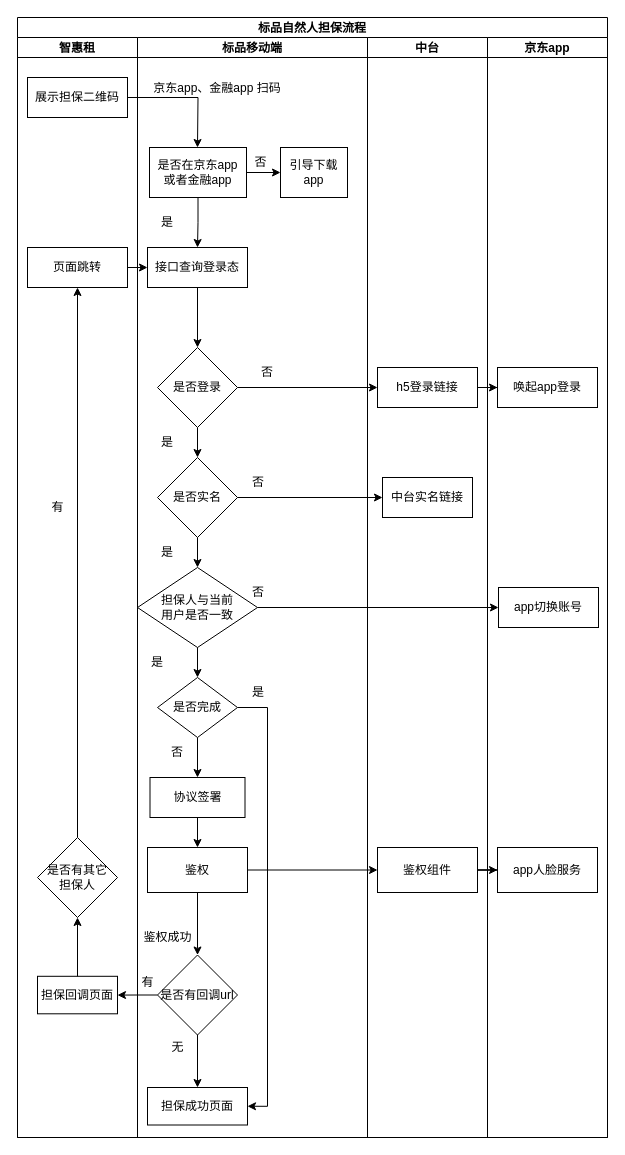
The draw.io diagram 标品担保流程.drawio in senyawang/drawio, before the edit. Source tidied: cells renumbered, new cells numbered last; positions are measured from the earlier drawing's top-left corner, leaving out a move shared by most shapes. Both pictures are drawn from the tidied source at 100%, with x=0, y=0 at pixel (17, 17).
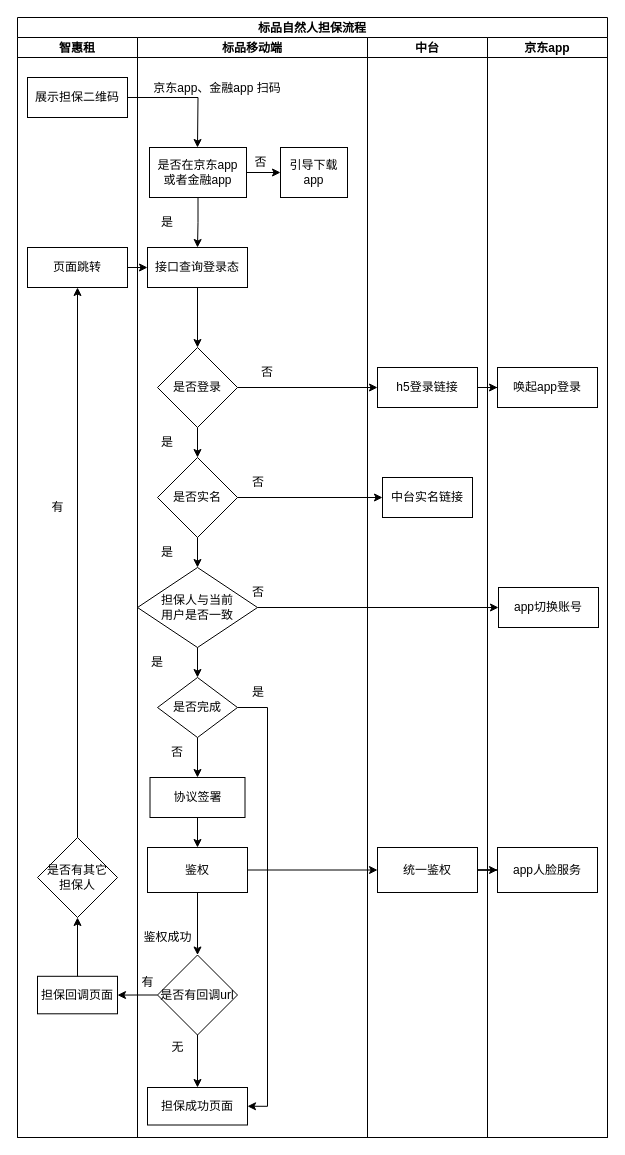
The same diagram, later.

Commit message:
更新标品担保流程.drawio

The change refers to these unchanged cells:
```xml
<mxCell id="36" value="中台" style="swimlane;startSize=20;" parent="2" vertex="1">
  <mxGeometry x="350" y="20" width="120" height="1100" as="geometry" />
</mxCell>
```

Change to the diagram source:
```diff
@@
-    <mxCell id="39" value="鉴权组件" style="whiteSpace=wrap;html=1;rounded=0;" parent="36" vertex="1">
+    <mxCell id="39" value="统一鉴权" style="whiteSpace=wrap;html=1;rounded=0;" parent="36" vertex="1">
       <mxGeometry x="10" y="810" width="100" height="45" as="geometry" />
     </mxCell>
```
